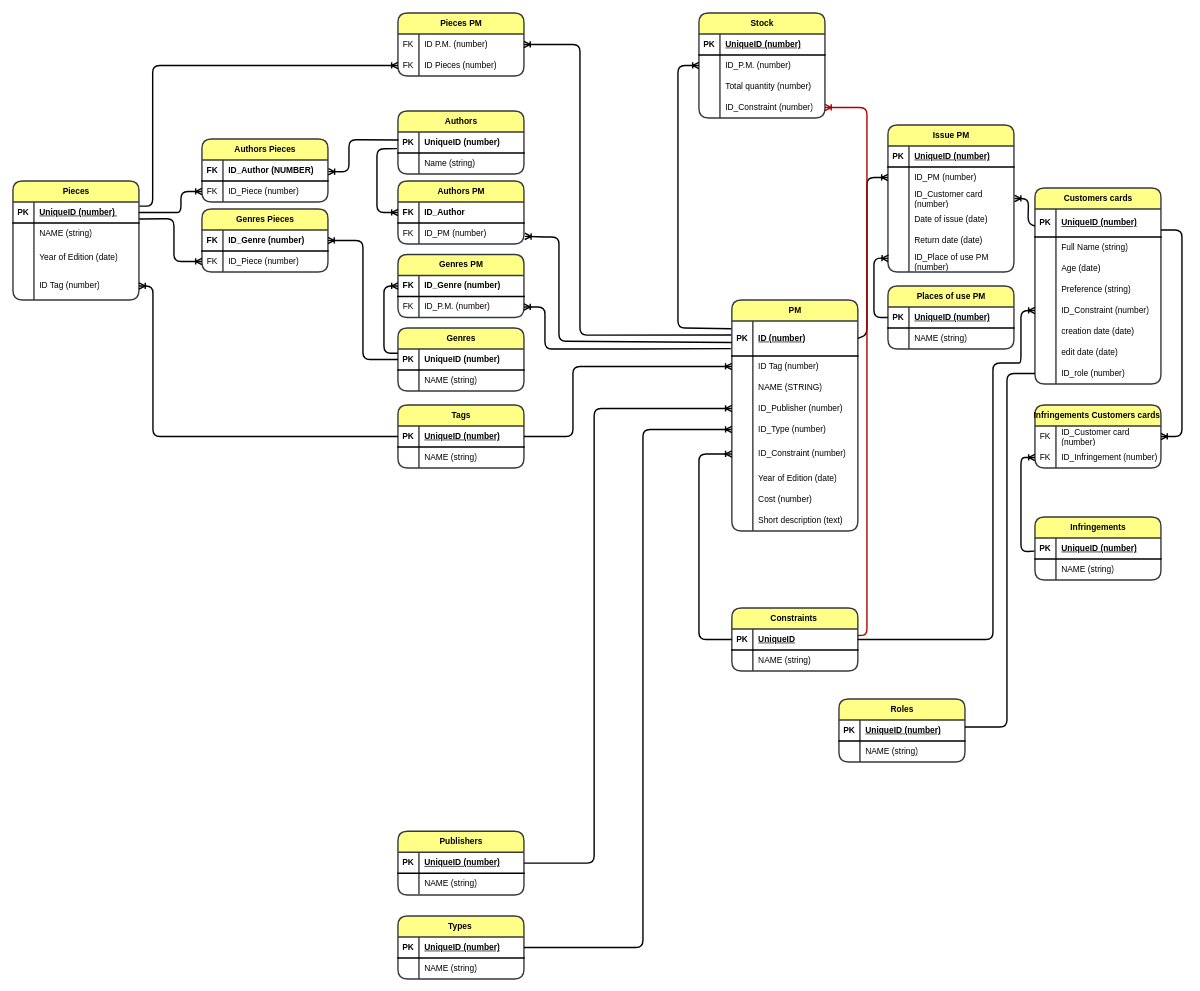
Before: page "Страница — 2" (2 of 3) of Диаграмма без названия.drawio in whoIsJhonGalt/repFirst, a draw.io diagram. Source tidied: cells renumbered, new cells numbered last; positions are measured from the earlier drawing's top-left corner, leaving out a move shared by most shapes. Both pictures are drawn from the tidied source at 70%, with x=0, y=0 at pixel (13, 13).
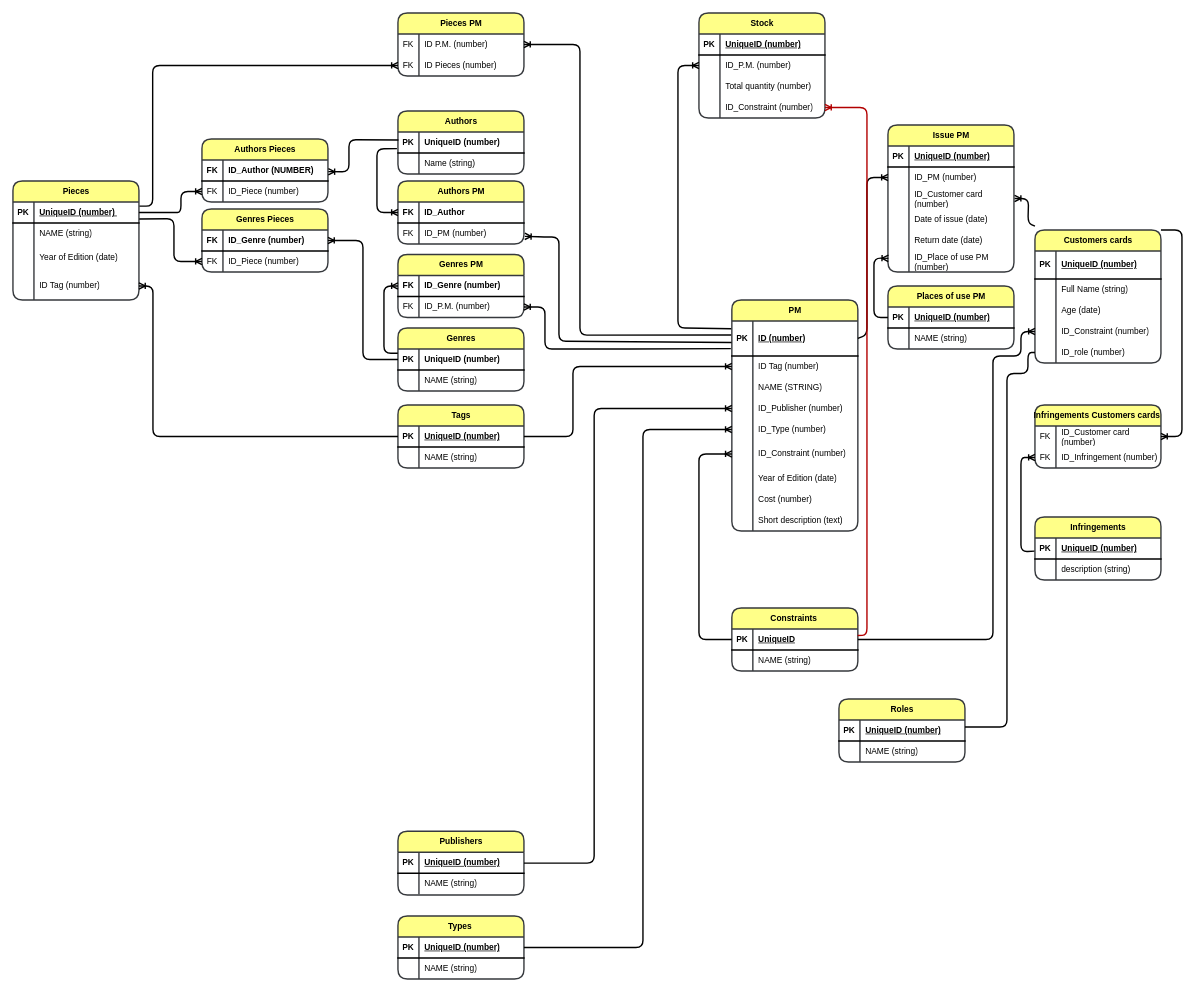
The same page after the edit.

Unchanged cells that the change refers to:
```xml
<mxCell id="71" value="Constraints&amp;nbsp;" style="shape=table;startSize=30;childLayout=tableLayout;rowLines=0;fontStyle=1;align=center;html=1;rounded=1;labelBackgroundColor=none;strokeWidth=2;shadow=0;fontFamily=Helvetica;verticalAlign=middle;horizontal=1;fontSize=12;swimlaneLine=1;fillColor=#ffff88;strokeColor=#36393d;" parent="1" vertex="1">
  <mxGeometry x="1027" y="850" width="180" height="90" as="geometry" />
</mxCell>
<mxCell id="127" style="shape=tableRow;horizontal=1;startSize=0;swimlaneHead=0;swimlaneBody=0;top=0;left=0;right=0;bottom=0;rounded=0;labelBackgroundColor=none;strokeWidth=2;shadow=0;fontFamily=Helvetica;verticalAlign=middle;fontSize=12;swimlaneLine=1;fillColor=none;" parent="123" vertex="1">
  <mxGeometry y="60" width="180" height="30" as="geometry" />
</mxCell>
```

What changed in the source:
```diff
@@
     <mxCell id="98" value="Сustomers cards" style="shape=table;startSize=30;childLayout=tableLayout;rowLines=0;fontStyle=1;align=center;html=1;rounded=1;labelBackgroundColor=none;strokeWidth=2;shadow=0;fontFamily=Helvetica;verticalAlign=middle;horizontal=1;fontSize=12;swimlaneLine=1;fillColor=#ffff88;strokeColor=#36393d;" parent="1" vertex="1">
-      <mxGeometry x="1460" y="250" width="180" height="280" as="geometry" />
+      <mxGeometry x="1460" y="310" width="180" height="190" as="geometry" />
     </mxCell>
@@
-    <mxCell id="108" style="shape=tableRow;horizontal=1;startSize=0;swimlaneHead=0;swimlaneBody=0;top=0;left=0;right=0;bottom=0;rounded=0;labelBackgroundColor=none;strokeWidth=2;shadow=0;fontFamily=Helvetica;verticalAlign=middle;fontSize=12;swimlaneLine=1;fillColor=none;" parent="98" vertex="1">
-      <mxGeometry y="130" width="180" height="30" as="geometry" />
-    </mxCell>
-    <mxCell id="109" style="shape=partialRectangle;top=0;left=0;bottom=0;right=0;overflow=hidden;whiteSpace=wrap;html=1;rounded=0;labelBackgroundColor=none;strokeWidth=2;shadow=0;fontFamily=Helvetica;verticalAlign=middle;horizontal=1;fontSize=12;swimlaneLine=1;fillColor=none;" parent="108" vertex="1">
-      <mxGeometry width="30" height="30" as="geometry" />
-    </mxCell>
-    <mxCell id="110" value="Preference (string)" style="shape=partialRectangle;top=0;left=0;bottom=0;right=0;align=left;spacingLeft=6;overflow=hidden;whiteSpace=wrap;html=1;rounded=0;labelBackgroundColor=none;strokeWidth=2;shadow=0;fontFamily=Helvetica;verticalAlign=middle;horizontal=1;fontSize=12;swimlaneLine=1;fillColor=none;" parent="108" vertex="1">
-      <mxGeometry x="30" width="150" height="30" as="geometry" />
-    </mxCell>
     <mxCell id="111" style="shape=tableRow;horizontal=1;startSize=0;swimlaneHead=0;swimlaneBody=0;points=[[0,0.5],[1,0.5]];portConstraint=eastwest;top=0;left=0;right=0;bottom=0;rounded=0;labelBackgroundColor=none;strokeWidth=2;shadow=0;fontFamily=Helvetica;verticalAlign=middle;fontSize=12;swimlaneLine=1;fillColor=none;" parent="98" vertex="1">
-      <mxGeometry y="160" width="180" height="30" as="geometry" />
+      <mxGeometry y="130" width="180" height="30" as="geometry" />
     </mxCell>
@@
-    <mxCell id="114" style="shape=tableRow;horizontal=1;startSize=0;swimlaneHead=0;swimlaneBody=0;top=0;left=0;right=0;bottom=0;rounded=0;labelBackgroundColor=none;strokeWidth=2;shadow=0;fontFamily=Helvetica;verticalAlign=middle;fontSize=12;swimlaneLine=1;fillColor=none;" parent="98" vertex="1">
-      <mxGeometry y="190" width="180" height="30" as="geometry" />
-    </mxCell>
-    <mxCell id="115" style="shape=partialRectangle;top=0;left=0;bottom=0;right=0;overflow=hidden;whiteSpace=wrap;html=1;rounded=0;labelBackgroundColor=none;strokeWidth=2;shadow=0;fontFamily=Helvetica;verticalAlign=middle;horizontal=1;fontSize=12;swimlaneLine=1;fillColor=none;" parent="114" vertex="1">
-      <mxGeometry width="30" height="30" as="geometry" />
-    </mxCell>
-    <mxCell id="116" value="creation date (date)" style="shape=partialRectangle;top=0;left=0;bottom=0;right=0;align=left;spacingLeft=6;overflow=hidden;whiteSpace=wrap;html=1;rounded=0;labelBackgroundColor=none;strokeWidth=2;shadow=0;fontFamily=Helvetica;verticalAlign=middle;horizontal=1;fontSize=12;swimlaneLine=1;fillColor=none;" parent="114" vertex="1">
-      <mxGeometry x="30" width="150" height="30" as="geometry" />
-    </mxCell>
-    <mxCell id="117" style="shape=tableRow;horizontal=1;startSize=0;swimlaneHead=0;swimlaneBody=0;top=0;left=0;right=0;bottom=0;rounded=0;labelBackgroundColor=none;strokeWidth=2;shadow=0;fontFamily=Helvetica;verticalAlign=middle;fontSize=12;swimlaneLine=1;fillColor=none;" parent="98" vertex="1">
-      <mxGeometry y="220" width="180" height="30" as="geometry" />
-    </mxCell>
-    <mxCell id="118" style="shape=partialRectangle;top=0;left=0;bottom=0;right=0;overflow=hidden;whiteSpace=wrap;html=1;rounded=0;labelBackgroundColor=none;strokeWidth=2;shadow=0;fontFamily=Helvetica;verticalAlign=middle;horizontal=1;fontSize=12;swimlaneLine=1;fillColor=none;" parent="117" vertex="1">
-      <mxGeometry width="30" height="30" as="geometry" />
-    </mxCell>
-    <mxCell id="119" value="edit date (date)" style="shape=partialRectangle;top=0;left=0;bottom=0;right=0;align=left;spacingLeft=6;overflow=hidden;whiteSpace=wrap;html=1;rounded=0;labelBackgroundColor=none;strokeWidth=2;shadow=0;fontFamily=Helvetica;verticalAlign=middle;horizontal=1;fontSize=12;swimlaneLine=1;fillColor=none;" parent="117" vertex="1">
-      <mxGeometry x="30" width="150" height="30" as="geometry" />
-    </mxCell>
     <mxCell id="120" style="shape=tableRow;horizontal=1;startSize=0;swimlaneHead=0;swimlaneBody=0;points=[[0,0.5],[1,0.5]];portConstraint=eastwest;top=0;left=0;right=0;bottom=0;rounded=0;labelBackgroundColor=none;strokeWidth=2;shadow=0;fontFamily=Helvetica;verticalAlign=middle;fontSize=12;swimlaneLine=1;fillColor=none;" parent="98" vertex="1">
-      <mxGeometry y="250" width="180" height="30" as="geometry" />
+      <mxGeometry y="160" width="180" height="30" as="geometry" />
     </mxCell>
@@
-    <mxCell id="129" value="NAME (string)" style="shape=partialRectangle;top=0;left=0;bottom=0;right=0;align=left;spacingLeft=6;overflow=hidden;whiteSpace=wrap;html=1;rounded=0;labelBackgroundColor=none;strokeWidth=2;shadow=0;fontFamily=Helvetica;verticalAlign=middle;horizontal=1;fontSize=12;swimlaneLine=1;fillColor=none;" parent="127" vertex="1">
+    <mxCell id="129" value="description (string)" style="shape=partialRectangle;top=0;left=0;bottom=0;right=0;align=left;spacingLeft=6;overflow=hidden;whiteSpace=wrap;html=1;rounded=0;labelBackgroundColor=none;strokeWidth=2;shadow=0;fontFamily=Helvetica;verticalAlign=middle;horizontal=1;fontSize=12;swimlaneLine=1;fillColor=none;" parent="127" vertex="1">
       <mxGeometry x="30" width="150" height="30" as="geometry" />
     </mxCell>
@@
     <mxCell id="181" style="fontSize=12;html=1;endArrow=ERoneToMany;rounded=1;labelBackgroundColor=default;strokeColor=default;strokeWidth=2;align=center;verticalAlign=middle;fontFamily=Helvetica;fontColor=default;startSize=30;shape=connector;exitX=1;exitY=0.5;exitDx=0;exitDy=0;entryX=0;entryY=0.5;entryDx=0;entryDy=0;" parent="1" edge="1" source="71" target="111">
       <mxGeometry relative="1" as="geometry">
         <Array as="points">
           <mxPoint x="1400" y="895" />
           <mxPoint x="1400" y="550" />
-          <mxPoint x="1400" y="500" />
-          <mxPoint x="1430" y="500" />
-          <mxPoint x="1440" y="500" />
-          <mxPoint x="1440" y="425" />
+          <mxPoint x="1400" y="490" />
+          <mxPoint x="1440" y="490" />
+          <mxPoint x="1440" y="455" />
         </Array>
       </mxGeometry>
     </mxCell>
@@
     <mxCell id="192" style="fontSize=12;html=1;endArrow=none;rounded=1;entryX=0;entryY=0.5;entryDx=0;entryDy=0;strokeWidth=2;endFill=0;" parent="1" edge="1" target="120">
       <mxGeometry relative="1" as="geometry">
         <mxPoint x="1360" y="1020" as="sourcePoint" />
         <Array as="points">
           <mxPoint x="1420" y="1020" />
           <mxPoint x="1420" y="780" />
           <mxPoint x="1420" y="515" />
+          <mxPoint x="1450" y="515" />
+          <mxPoint x="1450" y="485" />
         </Array>
       </mxGeometry>
     </mxCell>
```
